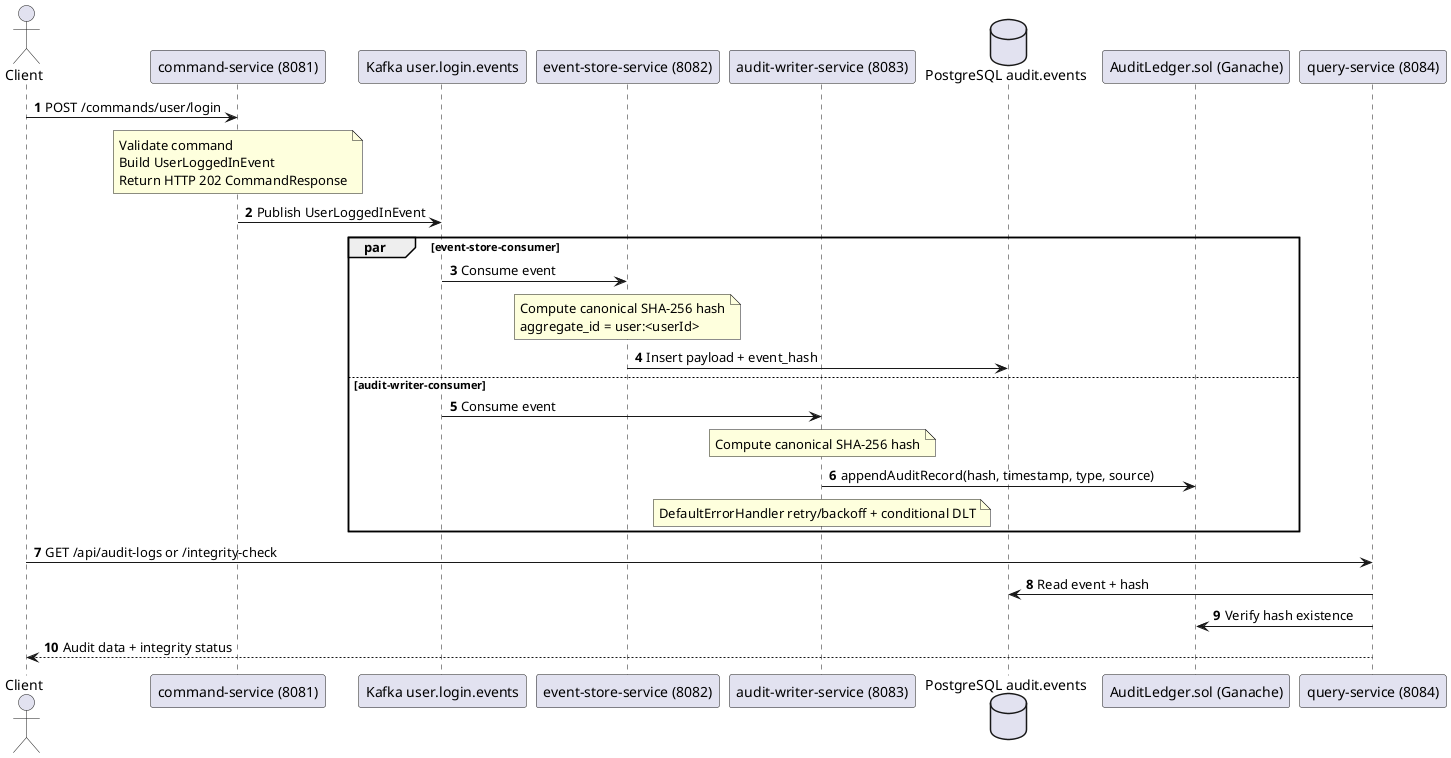
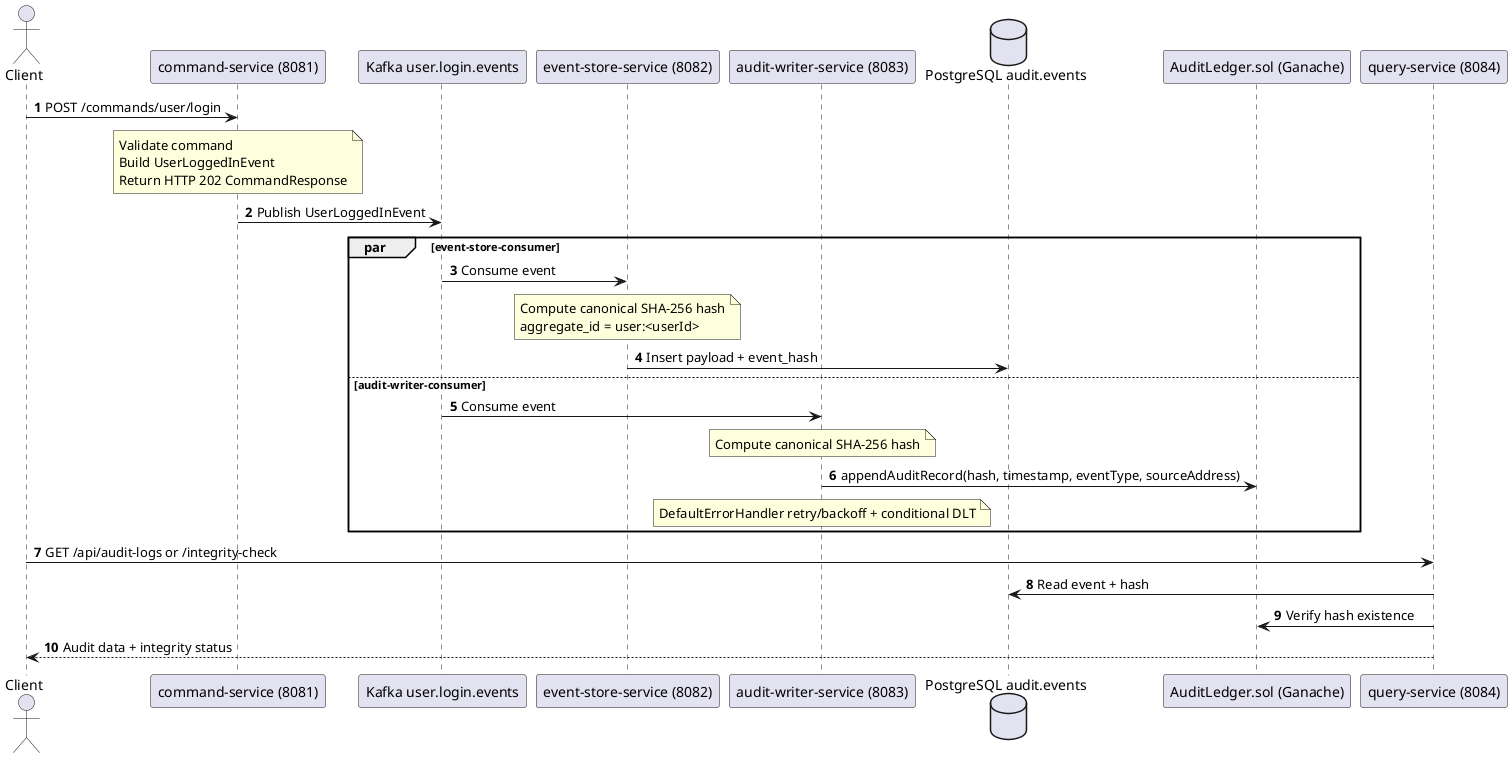
@startuml
autonumber
actor Client
participant "command-service (8081)" as CMD
participant "Kafka user.login.events" as K
participant "event-store-service (8082)" as ES
participant "audit-writer-service (8083)" as AW
database "PostgreSQL audit.events" as DB
participant "AuditLedger.sol (Ganache)" as BC
participant "query-service (8084)" as Q

Client -> CMD : POST /commands/user/login
note over CMD
Validate command
Build UserLoggedInEvent
Return HTTP 202 CommandResponse
end note
CMD -> K : Publish UserLoggedInEvent

par event-store-consumer
  K -> ES : Consume event
  note over ES
  Compute canonical SHA-256 hash
  aggregate_id = user:<userId>
  end note
  ES -> DB : Insert payload + event_hash
else audit-writer-consumer
  K -> AW : Consume event
  note over AW
  Compute canonical SHA-256 hash
  end note
-   AW -> BC : appendAuditRecord(hash, timestamp, type, source)
+   AW -> BC : appendAuditRecord(hash, timestamp, eventType, sourceAddress)
  note over AW
  DefaultErrorHandler retry/backoff + conditional DLT
  end note
end

Client -> Q : GET /api/audit-logs or /integrity-check
Q -> DB : Read event + hash
Q -> BC : Verify hash existence
Q --> Client : Audit data + integrity status
@enduml
